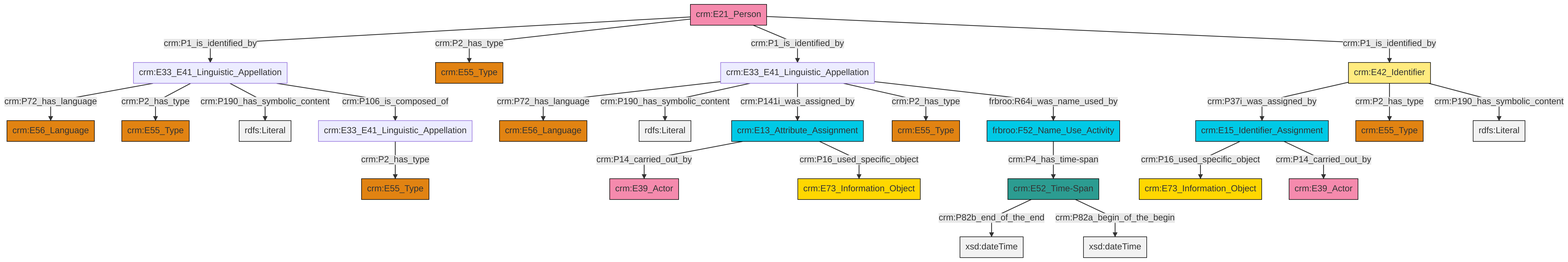
Earlier version of the Mermaid export et/personCSV/ttl/mmd/png/Person_Names_and_Classification.png (swiss-art-research-net/reference-data-models). Its source is kept beside it as et/personCSV/ttl/mmd/Person_Names_and_Classification.ttl.mmd. Its diagram source:
```mermaid
graph TD
classDef Literal fill:#f2f2f2,stroke:#000000;
classDef CRM_Entity fill:#FFFFFF,stroke:#000000;
classDef Temporal_Entity fill:#00C9E6, stroke:#000000;
classDef Type fill:#E18312, stroke:#000000;
classDef Time-Span fill:#2C9C91, stroke:#000000;
classDef Appellation fill:#FFEB7F, stroke:#000000;
classDef Place fill:#008836, stroke:#000000;
classDef Persistent_Item fill:#B266B2, stroke:#000000;
classDef Conceptual_Object fill:#FFD700, stroke:#000000;
classDef Physical_Thing fill:#D2B48C, stroke:#000000;
classDef Actor fill:#f58aad, stroke:#000000;
classDef PC_Classes fill:#4ce600, stroke:#000000;
classDef Multi fill:#cccccc,stroke:#000000;

0["crm:E15_Identifier_Assignment"]:::Temporal_Entity -->|crm:P16_used_specific_object| 1["crm:E73_Information_Object"]:::Conceptual_Object
2["crm:E21_Person"]:::Actor -->|crm:P1_is_identified_by| 3["crm:E33_E41_Linguistic_Appellation"]:::Default
2["crm:E21_Person"]:::Actor -->|crm:P2_has_type| 5["crm:E55_Type"]:::Type
3["crm:E33_E41_Linguistic_Appellation"]:::Default -->|crm:P72_has_language| 15["crm:E56_Language"]:::Type
3["crm:E33_E41_Linguistic_Appellation"]:::Default -->|crm:P2_has_type| 16["crm:E55_Type"]:::Type
17["crm:E52_Time-Span"]:::Time-Span -->|crm:P82b_end_of_the_end| 18[xsd:dateTime]:::Literal
19["frbroo:F52_Name_Use_Activity"]:::Temporal_Entity -->|crm:P4_has_time-span| 17["crm:E52_Time-Span"]:::Time-Span
9["crm:E13_Attribute_Assignment"]:::Temporal_Entity -->|crm:P14_carried_out_by| 20["crm:E39_Actor"]:::Actor
9["crm:E13_Attribute_Assignment"]:::Temporal_Entity -->|crm:P16_used_specific_object| 21["crm:E73_Information_Object"]:::Conceptual_Object
24["crm:E33_E41_Linguistic_Appellation"]:::Default -->|crm:P72_has_language| 25["crm:E56_Language"]:::Type
2["crm:E21_Person"]:::Actor -->|crm:P1_is_identified_by| 24["crm:E33_E41_Linguistic_Appellation"]:::Default
13["crm:E42_Identifier"]:::Appellation -->|crm:P37i_was_assigned_by| 0["crm:E15_Identifier_Assignment"]:::Temporal_Entity
17["crm:E52_Time-Span"]:::Time-Span -->|crm:P82a_begin_of_the_begin| 28[xsd:dateTime]:::Literal
3["crm:E33_E41_Linguistic_Appellation"]:::Default -->|crm:P190_has_symbolic_content| 35[rdfs:Literal]:::Literal
24["crm:E33_E41_Linguistic_Appellation"]:::Default -->|crm:P190_has_symbolic_content| 36[rdfs:Literal]:::Literal
0["crm:E15_Identifier_Assignment"]:::Temporal_Entity -->|crm:P14_carried_out_by| 7["crm:E39_Actor"]:::Actor
24["crm:E33_E41_Linguistic_Appellation"]:::Default -->|crm:P141i_was_assigned_by| 9["crm:E13_Attribute_Assignment"]:::Temporal_Entity
2["crm:E21_Person"]:::Actor -->|crm:P1_is_identified_by| 13["crm:E42_Identifier"]:::Appellation
13["crm:E42_Identifier"]:::Appellation -->|crm:P2_has_type| 11["crm:E55_Type"]:::Type
24["crm:E33_E41_Linguistic_Appellation"]:::Default -->|crm:P2_has_type| 31["crm:E55_Type"]:::Type
13["crm:E42_Identifier"]:::Appellation -->|crm:P190_has_symbolic_content| 41[rdfs:Literal]:::Literal
3["crm:E33_E41_Linguistic_Appellation"]:::Default -->|crm:P106_is_composed_of| 33["crm:E33_E41_Linguistic_Appellation"]:::Default
33["crm:E33_E41_Linguistic_Appellation"]:::Default -->|crm:P2_has_type| 42["crm:E55_Type"]:::Type
24["crm:E33_E41_Linguistic_Appellation"]:::Default -->|frbroo:R64i_was_name_used_by| 19["frbroo:F52_Name_Use_Activity"]:::Temporal_Entity
```
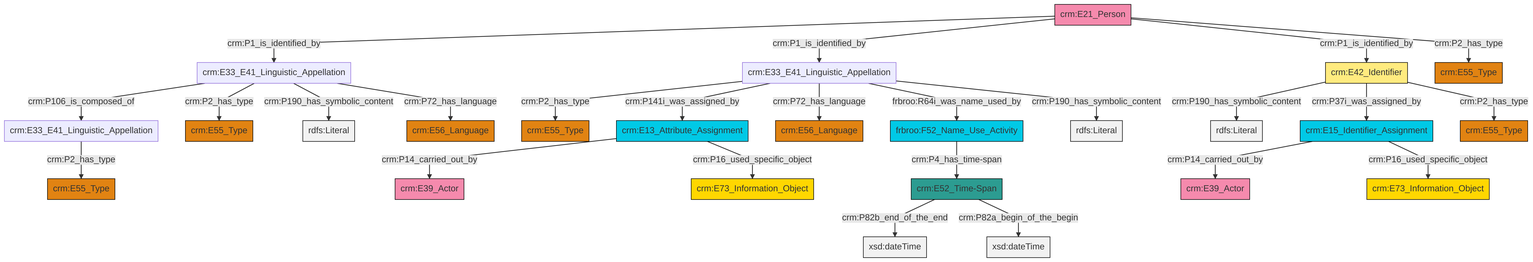
The same diagram one commit later.

What changed in the source:
```diff
@@ -13,27 +13,27 @@
 classDef PC_Classes fill:#4ce600, stroke:#000000;
 classDef Multi fill:#cccccc,stroke:#000000;
 
-0["crm:E15_Identifier_Assignment"]:::Temporal_Entity -->|crm:P16_used_specific_object| 1["crm:E73_Information_Object"]:::Conceptual_Object
-2["crm:E21_Person"]:::Actor -->|crm:P1_is_identified_by| 3["crm:E33_E41_Linguistic_Appellation"]:::Default
-2["crm:E21_Person"]:::Actor -->|crm:P2_has_type| 5["crm:E55_Type"]:::Type
-3["crm:E33_E41_Linguistic_Appellation"]:::Default -->|crm:P72_has_language| 15["crm:E56_Language"]:::Type
-3["crm:E33_E41_Linguistic_Appellation"]:::Default -->|crm:P2_has_type| 16["crm:E55_Type"]:::Type
-17["crm:E52_Time-Span"]:::Time-Span -->|crm:P82b_end_of_the_end| 18[xsd:dateTime]:::Literal
-19["frbroo:F52_Name_Use_Activity"]:::Temporal_Entity -->|crm:P4_has_time-span| 17["crm:E52_Time-Span"]:::Time-Span
-9["crm:E13_Attribute_Assignment"]:::Temporal_Entity -->|crm:P14_carried_out_by| 20["crm:E39_Actor"]:::Actor
-9["crm:E13_Attribute_Assignment"]:::Temporal_Entity -->|crm:P16_used_specific_object| 21["crm:E73_Information_Object"]:::Conceptual_Object
-24["crm:E33_E41_Linguistic_Appellation"]:::Default -->|crm:P72_has_language| 25["crm:E56_Language"]:::Type
-2["crm:E21_Person"]:::Actor -->|crm:P1_is_identified_by| 24["crm:E33_E41_Linguistic_Appellation"]:::Default
-13["crm:E42_Identifier"]:::Appellation -->|crm:P37i_was_assigned_by| 0["crm:E15_Identifier_Assignment"]:::Temporal_Entity
-17["crm:E52_Time-Span"]:::Time-Span -->|crm:P82a_begin_of_the_begin| 28[xsd:dateTime]:::Literal
-3["crm:E33_E41_Linguistic_Appellation"]:::Default -->|crm:P190_has_symbolic_content| 35[rdfs:Literal]:::Literal
-24["crm:E33_E41_Linguistic_Appellation"]:::Default -->|crm:P190_has_symbolic_content| 36[rdfs:Literal]:::Literal
-0["crm:E15_Identifier_Assignment"]:::Temporal_Entity -->|crm:P14_carried_out_by| 7["crm:E39_Actor"]:::Actor
-24["crm:E33_E41_Linguistic_Appellation"]:::Default -->|crm:P141i_was_assigned_by| 9["crm:E13_Attribute_Assignment"]:::Temporal_Entity
-2["crm:E21_Person"]:::Actor -->|crm:P1_is_identified_by| 13["crm:E42_Identifier"]:::Appellation
-13["crm:E42_Identifier"]:::Appellation -->|crm:P2_has_type| 11["crm:E55_Type"]:::Type
-24["crm:E33_E41_Linguistic_Appellation"]:::Default -->|crm:P2_has_type| 31["crm:E55_Type"]:::Type
-13["crm:E42_Identifier"]:::Appellation -->|crm:P190_has_symbolic_content| 41[rdfs:Literal]:::Literal
-3["crm:E33_E41_Linguistic_Appellation"]:::Default -->|crm:P106_is_composed_of| 33["crm:E33_E41_Linguistic_Appellation"]:::Default
-33["crm:E33_E41_Linguistic_Appellation"]:::Default -->|crm:P2_has_type| 42["crm:E55_Type"]:::Type
-24["crm:E33_E41_Linguistic_Appellation"]:::Default -->|frbroo:R64i_was_name_used_by| 19["frbroo:F52_Name_Use_Activity"]:::Temporal_Entity
+0["crm:E21_Person"]:::Actor -->|crm:P1_is_identified_by| 1["crm:E33_E41_Linguistic_Appellation"]:::Default
+2["crm:E33_E41_Linguistic_Appellation"]:::Default -->|crm:P2_has_type| 3["crm:E55_Type"]:::Type
+6["crm:E42_Identifier"]:::Appellation -->|crm:P190_has_symbolic_content| 7[rdfs:Literal]:::Literal
+9["frbroo:F52_Name_Use_Activity"]:::Temporal_Entity -->|crm:P4_has_time-span| 10["crm:E52_Time-Span"]:::Time-Span
+1["crm:E33_E41_Linguistic_Appellation"]:::Default -->|crm:P106_is_composed_of| 12["crm:E33_E41_Linguistic_Appellation"]:::Default
+10["crm:E52_Time-Span"]:::Time-Span -->|crm:P82b_end_of_the_end| 13[xsd:dateTime]:::Literal
+6["crm:E42_Identifier"]:::Appellation -->|crm:P37i_was_assigned_by| 14["crm:E15_Identifier_Assignment"]:::Temporal_Entity
+12["crm:E33_E41_Linguistic_Appellation"]:::Default -->|crm:P2_has_type| 16["crm:E55_Type"]:::Type
+1["crm:E33_E41_Linguistic_Appellation"]:::Default -->|crm:P2_has_type| 24["crm:E55_Type"]:::Type
+14["crm:E15_Identifier_Assignment"]:::Temporal_Entity -->|crm:P14_carried_out_by| 26["crm:E39_Actor"]:::Actor
+0["crm:E21_Person"]:::Actor -->|crm:P1_is_identified_by| 2["crm:E33_E41_Linguistic_Appellation"]:::Default
+21["crm:E13_Attribute_Assignment"]:::Temporal_Entity -->|crm:P14_carried_out_by| 29["crm:E39_Actor"]:::Actor
+2["crm:E33_E41_Linguistic_Appellation"]:::Default -->|crm:P141i_was_assigned_by| 21["crm:E13_Attribute_Assignment"]:::Temporal_Entity
+2["crm:E33_E41_Linguistic_Appellation"]:::Default -->|crm:P72_has_language| 32["crm:E56_Language"]:::Type
+6["crm:E42_Identifier"]:::Appellation -->|crm:P2_has_type| 27["crm:E55_Type"]:::Type
+21["crm:E13_Attribute_Assignment"]:::Temporal_Entity -->|crm:P16_used_specific_object| 34["crm:E73_Information_Object"]:::Conceptual_Object
+14["crm:E15_Identifier_Assignment"]:::Temporal_Entity -->|crm:P16_used_specific_object| 4["crm:E73_Information_Object"]:::Conceptual_Object
+1["crm:E33_E41_Linguistic_Appellation"]:::Default -->|crm:P190_has_symbolic_content| 36[rdfs:Literal]:::Literal
+2["crm:E33_E41_Linguistic_Appellation"]:::Default -->|frbroo:R64i_was_name_used_by| 9["frbroo:F52_Name_Use_Activity"]:::Temporal_Entity
+10["crm:E52_Time-Span"]:::Time-Span -->|crm:P82a_begin_of_the_begin| 39[xsd:dateTime]:::Literal
+2["crm:E33_E41_Linguistic_Appellation"]:::Default -->|crm:P190_has_symbolic_content| 40[rdfs:Literal]:::Literal
+0["crm:E21_Person"]:::Actor -->|crm:P1_is_identified_by| 6["crm:E42_Identifier"]:::Appellation
+1["crm:E33_E41_Linguistic_Appellation"]:::Default -->|crm:P72_has_language| 18["crm:E56_Language"]:::Type
+0["crm:E21_Person"]:::Actor -->|crm:P2_has_type| 30["crm:E55_Type"]:::Type
```
